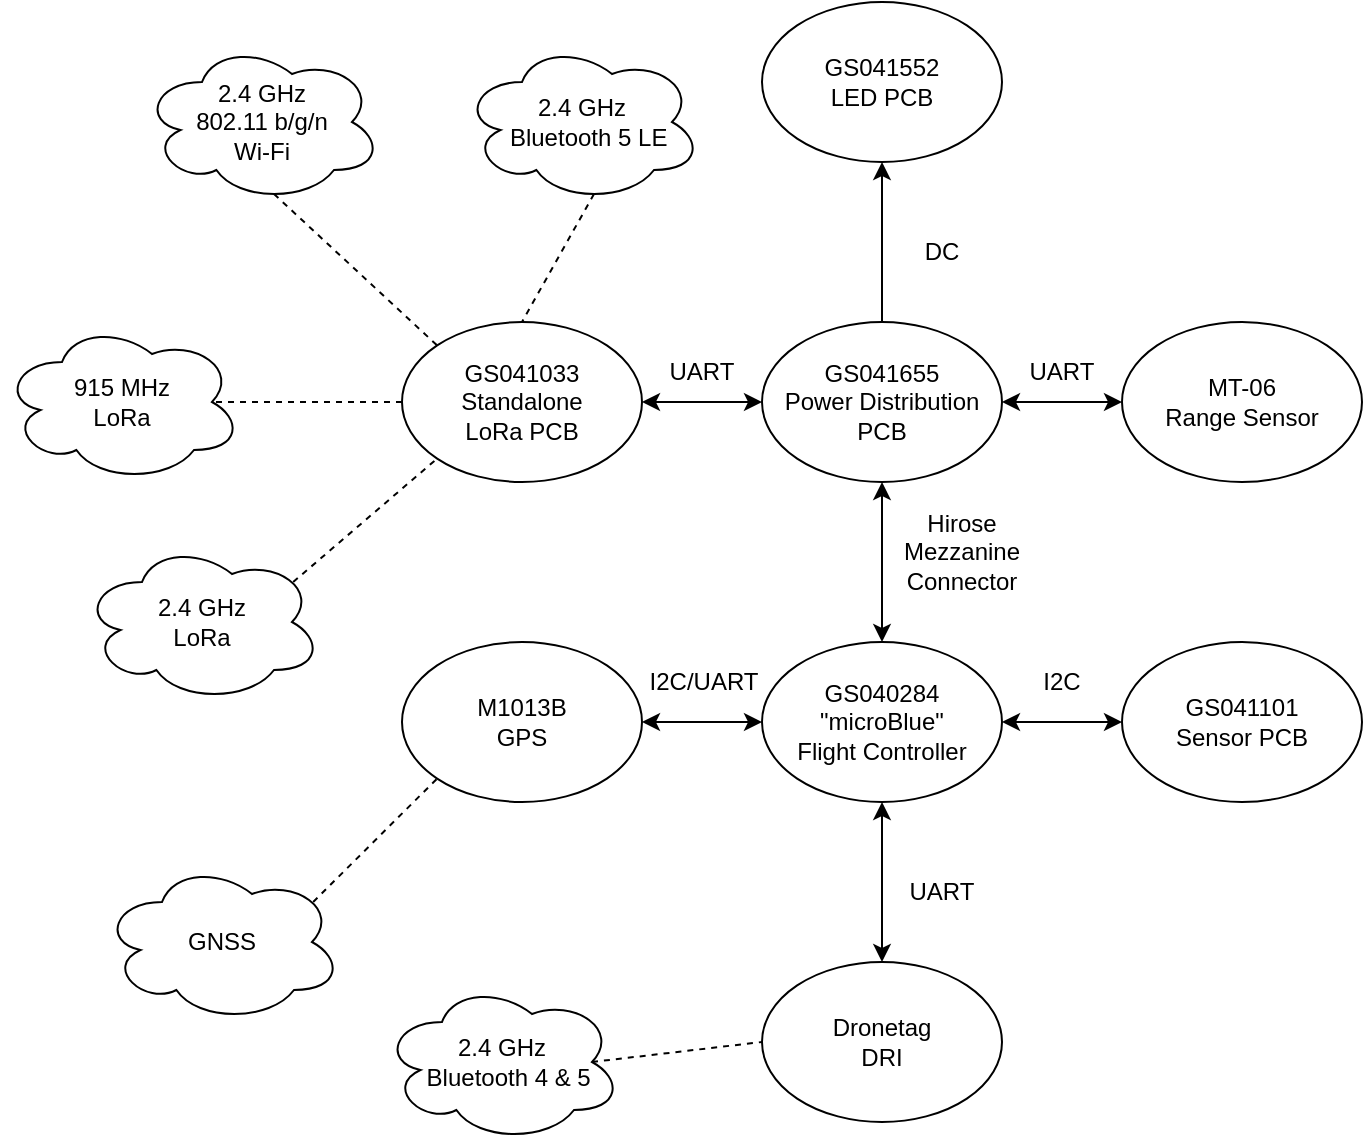
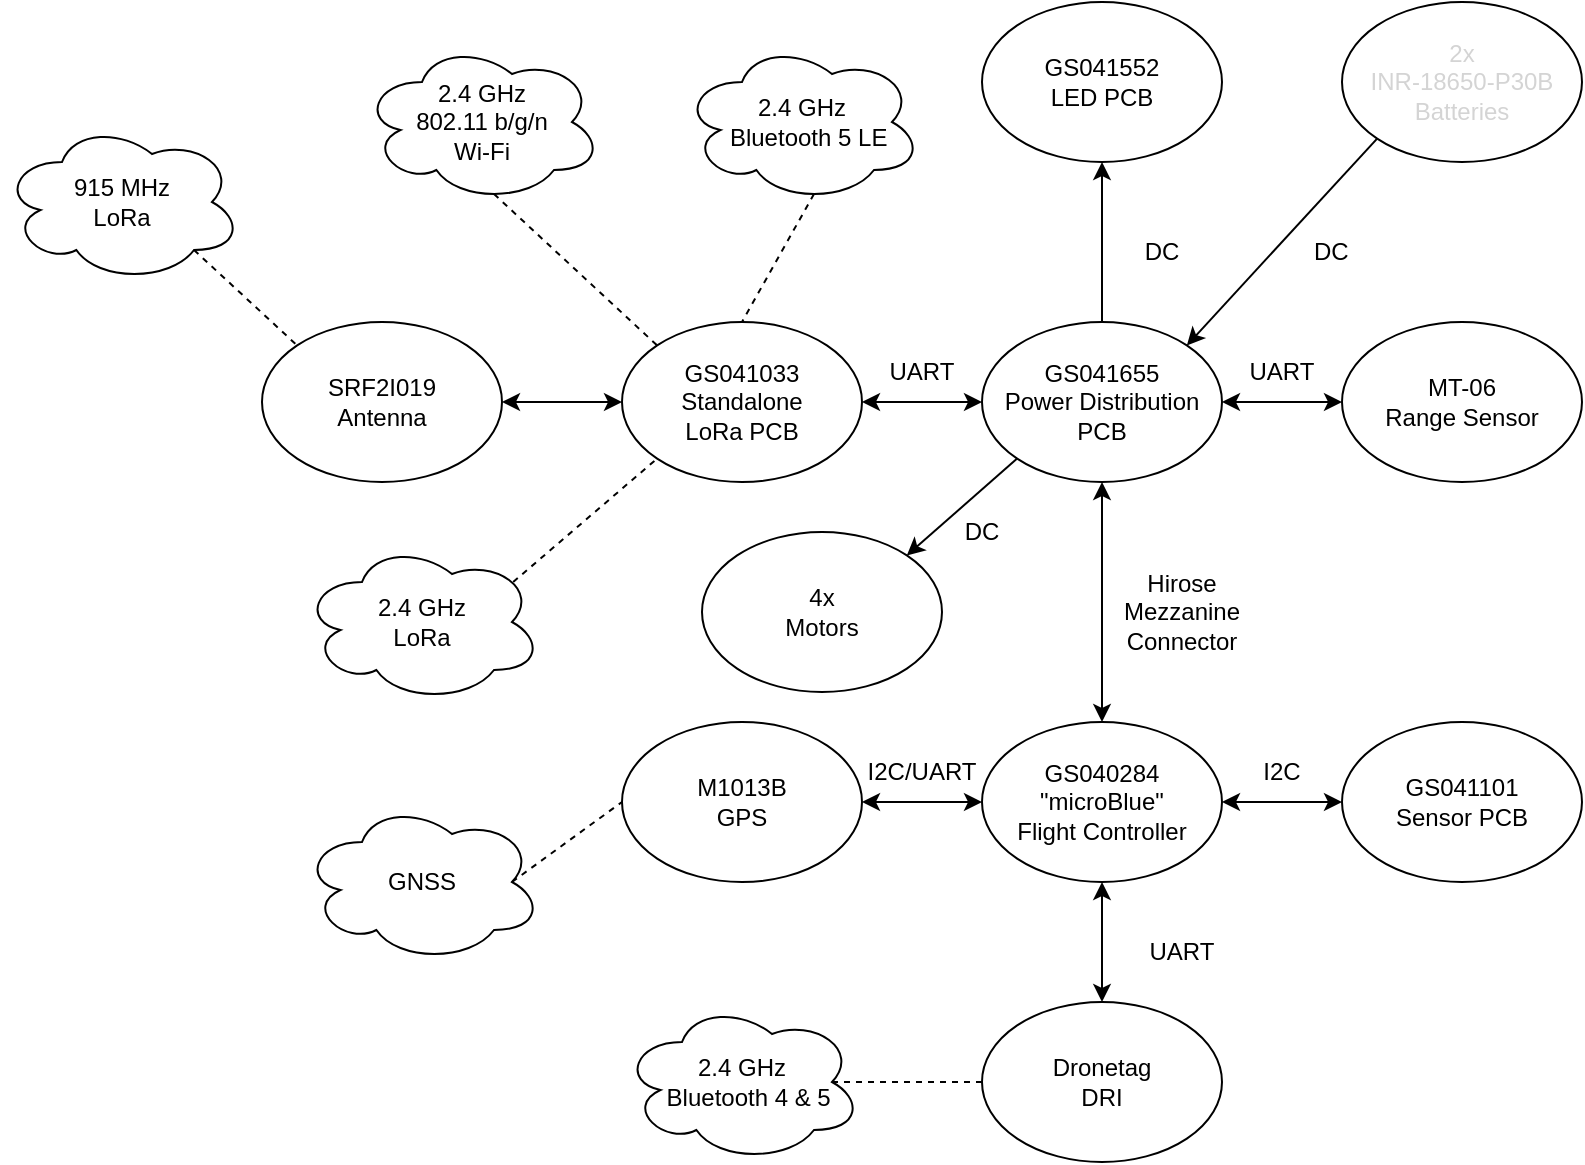
<mxfile host="app.diagrams.net">
  <diagram name="Page-1" id="Q99_MBWURrd7SVdslJ8p">
    <mxGraphModel dx="1414" dy="757" grid="1" gridSize="10" guides="1" tooltips="1" connect="1" arrows="1" fold="1" page="1" pageScale="1" pageWidth="850" pageHeight="1100" math="0" shadow="0">
      <root>
        <mxCell id="0" />
        <mxCell id="1" parent="0" />
        <mxCell id="8UqH8qmoLQt9KmtnvXob-1" parent="1" style="ellipse;whiteSpace=wrap;html=1;" value="GS041033&lt;br&gt;&lt;span style=&quot;background-color: transparent; color: light-dark(rgb(0, 0, 0), rgb(255, 255, 255));&quot;&gt;Standalone&lt;/span&gt;&lt;div&gt;LoRa PCB&lt;/div&gt;" vertex="1">
-           <mxGeometry height="80" width="120" x="240" y="210" as="geometry" />
+           <mxGeometry height="80" width="120" x="340" y="220" as="geometry" />
        </mxCell>
        <mxCell id="8UqH8qmoLQt9KmtnvXob-2" parent="1" style="ellipse;whiteSpace=wrap;html=1;" value="GS041552&lt;br&gt;LED PCB" vertex="1">
-           <mxGeometry height="80" width="120" x="420" y="50" as="geometry" />
+           <mxGeometry height="80" width="120" x="520" y="60" as="geometry" />
        </mxCell>
        <mxCell id="8UqH8qmoLQt9KmtnvXob-14" edge="1" parent="1" source="8UqH8qmoLQt9KmtnvXob-3" style="edgeStyle=none;rounded=0;orthogonalLoop=1;jettySize=auto;html=1;exitX=0.5;exitY=0;exitDx=0;exitDy=0;entryX=0.5;entryY=1;entryDx=0;entryDy=0;endArrow=classic;endFill=1;" target="8UqH8qmoLQt9KmtnvXob-2">
          <mxGeometry relative="1" as="geometry" />
        </mxCell>
+         <mxCell id="KFNbXVUj55z7NAFzSrmu-5" edge="1" parent="1" source="8UqH8qmoLQt9KmtnvXob-3" style="rounded=0;orthogonalLoop=1;jettySize=auto;html=1;exitX=0;exitY=1;exitDx=0;exitDy=0;entryX=1;entryY=0;entryDx=0;entryDy=0;" target="KFNbXVUj55z7NAFzSrmu-4">
+           <mxGeometry relative="1" as="geometry" />
+         </mxCell>
        <mxCell id="8UqH8qmoLQt9KmtnvXob-3" parent="1" style="ellipse;whiteSpace=wrap;html=1;" value="GS041655&lt;br&gt;Power Distribution PCB" vertex="1">
-           <mxGeometry height="80" width="120" x="420" y="210" as="geometry" />
+           <mxGeometry height="80" width="120" x="520" y="220" as="geometry" />
        </mxCell>
        <mxCell id="8UqH8qmoLQt9KmtnvXob-18" edge="1" parent="1" source="8UqH8qmoLQt9KmtnvXob-7" style="edgeStyle=none;rounded=0;orthogonalLoop=1;jettySize=auto;html=1;exitX=0;exitY=0.5;exitDx=0;exitDy=0;entryX=1;entryY=0.5;entryDx=0;entryDy=0;endArrow=classic;endFill=1;startArrow=classic;startFill=1;" target="8UqH8qmoLQt9KmtnvXob-12">
          <mxGeometry relative="1" as="geometry" />
        </mxCell>
        <mxCell id="8UqH8qmoLQt9KmtnvXob-7" parent="1" style="ellipse;whiteSpace=wrap;html=1;" value="GS040284&lt;br&gt;&quot;microBlue&quot;&lt;br&gt;Flight Controller" vertex="1">
-           <mxGeometry height="80" width="120" x="420" y="370" as="geometry" />
+           <mxGeometry height="80" width="120" x="520" y="420" as="geometry" />
        </mxCell>
        <mxCell id="8UqH8qmoLQt9KmtnvXob-9" parent="1" style="ellipse;whiteSpace=wrap;html=1;" value="GS041101&lt;br&gt;Sensor PCB" vertex="1">
-           <mxGeometry height="80" width="120" x="600" y="370" as="geometry" />
+           <mxGeometry height="80" width="120" x="700" y="420" as="geometry" />
        </mxCell>
        <mxCell id="8UqH8qmoLQt9KmtnvXob-10" parent="1" style="ellipse;whiteSpace=wrap;html=1;" value="Dronetag&lt;br&gt;DRI" vertex="1">
-           <mxGeometry height="80" width="120" x="420" y="530" as="geometry" />
+           <mxGeometry height="80" width="120" x="520" y="560" as="geometry" />
        </mxCell>
        <mxCell id="8UqH8qmoLQt9KmtnvXob-11" parent="1" style="ellipse;whiteSpace=wrap;html=1;" value="MT-06&lt;br&gt;Range Sensor" vertex="1">
-           <mxGeometry height="80" width="120" x="600" y="210" as="geometry" />
+           <mxGeometry height="80" width="120" x="700" y="220" as="geometry" />
        </mxCell>
        <mxCell id="8UqH8qmoLQt9KmtnvXob-12" parent="1" style="ellipse;whiteSpace=wrap;html=1;" value="M1013B&lt;br&gt;GPS" vertex="1">
-           <mxGeometry height="80" width="120" x="240" y="370" as="geometry" />
+           <mxGeometry height="80" width="120" x="340" y="420" as="geometry" />
        </mxCell>
        <mxCell id="8UqH8qmoLQt9KmtnvXob-22" edge="1" parent="1" source="8UqH8qmoLQt9KmtnvXob-21" style="edgeStyle=none;rounded=0;orthogonalLoop=1;jettySize=auto;html=1;exitX=0.55;exitY=0.95;exitDx=0;exitDy=0;exitPerimeter=0;entryX=0;entryY=0;entryDx=0;entryDy=0;endArrow=none;endFill=0;dashed=1;" target="8UqH8qmoLQt9KmtnvXob-1">
          <mxGeometry relative="1" as="geometry" />
        </mxCell>
        <mxCell id="8UqH8qmoLQt9KmtnvXob-21" parent="1" style="ellipse;shape=cloud;whiteSpace=wrap;html=1;" value="2.4 GHz&lt;br&gt;802.11 b/g/n&lt;br&gt;Wi-Fi" vertex="1">
-           <mxGeometry height="80" width="120" x="110" y="70" as="geometry" />
+           <mxGeometry height="80" width="120" x="210" y="80" as="geometry" />
        </mxCell>
        <mxCell id="8UqH8qmoLQt9KmtnvXob-24" edge="1" parent="1" source="8UqH8qmoLQt9KmtnvXob-23" style="edgeStyle=none;rounded=0;orthogonalLoop=1;jettySize=auto;html=1;exitX=0.55;exitY=0.95;exitDx=0;exitDy=0;exitPerimeter=0;entryX=0.5;entryY=0;entryDx=0;entryDy=0;endArrow=none;endFill=0;dashed=1;" target="8UqH8qmoLQt9KmtnvXob-1">
          <mxGeometry relative="1" as="geometry" />
        </mxCell>
        <mxCell id="8UqH8qmoLQt9KmtnvXob-23" parent="1" style="ellipse;shape=cloud;whiteSpace=wrap;html=1;" value="2.4 GHz&lt;br&gt;&amp;nbsp; Bluetooth 5 LE" vertex="1">
-           <mxGeometry height="80" width="120" x="270" y="70" as="geometry" />
+           <mxGeometry height="80" width="120" x="370" y="80" as="geometry" />
        </mxCell>
        <mxCell id="8UqH8qmoLQt9KmtnvXob-25" parent="1" style="ellipse;shape=cloud;whiteSpace=wrap;html=1;" value="GNSS" vertex="1">
-           <mxGeometry height="80" width="120" x="90" y="480" as="geometry" />
+           <mxGeometry height="80" width="120" x="180" y="460" as="geometry" />
+         </mxCell>
+         <mxCell id="KFNbXVUj55z7NAFzSrmu-10" edge="1" parent="1" source="8UqH8qmoLQt9KmtnvXob-27" style="rounded=0;orthogonalLoop=1;jettySize=auto;html=1;exitX=0.8;exitY=0.8;exitDx=0;exitDy=0;exitPerimeter=0;entryX=0;entryY=0;entryDx=0;entryDy=0;endArrow=none;endFill=0;dashed=1;" target="KFNbXVUj55z7NAFzSrmu-7">
+           <mxGeometry relative="1" as="geometry" />
        </mxCell>
        <mxCell id="8UqH8qmoLQt9KmtnvXob-27" parent="1" style="ellipse;shape=cloud;whiteSpace=wrap;html=1;" value="915 MHz&lt;br&gt;LoRa" vertex="1">
-           <mxGeometry height="80" width="120" x="40" y="210" as="geometry" />
-         </mxCell>
-         <mxCell id="8UqH8qmoLQt9KmtnvXob-30" edge="1" parent="1" source="8UqH8qmoLQt9KmtnvXob-1" style="edgeStyle=none;rounded=0;orthogonalLoop=1;jettySize=auto;html=1;exitX=0;exitY=0.5;exitDx=0;exitDy=0;entryX=0.875;entryY=0.5;entryDx=0;entryDy=0;entryPerimeter=0;endArrow=none;endFill=0;dashed=1;" target="8UqH8qmoLQt9KmtnvXob-27">
-           <mxGeometry relative="1" as="geometry" />
+           <mxGeometry height="80" width="120" x="30" y="120" as="geometry" />
        </mxCell>
        <mxCell id="8UqH8qmoLQt9KmtnvXob-40" edge="1" parent="1" source="8UqH8qmoLQt9KmtnvXob-10" style="endArrow=classic;startArrow=classic;html=1;rounded=0;entryX=0.5;entryY=1;entryDx=0;entryDy=0;exitX=0.5;exitY=0;exitDx=0;exitDy=0;" target="8UqH8qmoLQt9KmtnvXob-7" value="">
          <mxGeometry height="50" relative="1" width="50" as="geometry">
-             <mxPoint x="400" y="410" as="sourcePoint" />
-             <mxPoint x="450" y="360" as="targetPoint" />
+             <mxPoint x="500" y="420" as="sourcePoint" />
+             <mxPoint x="550" y="370" as="targetPoint" />
          </mxGeometry>
        </mxCell>
        <mxCell id="8UqH8qmoLQt9KmtnvXob-41" edge="1" parent="1" source="8UqH8qmoLQt9KmtnvXob-9" style="edgeStyle=none;rounded=0;orthogonalLoop=1;jettySize=auto;html=1;entryX=1;entryY=0.5;entryDx=0;entryDy=0;exitX=0;exitY=0.5;exitDx=0;exitDy=0;startArrow=classic;startFill=1;" target="8UqH8qmoLQt9KmtnvXob-7">
          <mxGeometry relative="1" as="geometry" />
        </mxCell>
        <mxCell id="8UqH8qmoLQt9KmtnvXob-42" edge="1" parent="1" source="8UqH8qmoLQt9KmtnvXob-7" style="endArrow=classic;startArrow=classic;html=1;rounded=0;entryX=0.5;entryY=1;entryDx=0;entryDy=0;exitX=0.5;exitY=0;exitDx=0;exitDy=0;" target="8UqH8qmoLQt9KmtnvXob-3" value="">
          <mxGeometry height="50" relative="1" width="50" as="geometry">
-             <mxPoint x="400" y="410" as="sourcePoint" />
-             <mxPoint x="450" y="360" as="targetPoint" />
+             <mxPoint x="500" y="420" as="sourcePoint" />
+             <mxPoint x="550" y="370" as="targetPoint" />
          </mxGeometry>
        </mxCell>
        <mxCell id="8UqH8qmoLQt9KmtnvXob-44" edge="1" parent="1" source="8UqH8qmoLQt9KmtnvXob-3" style="endArrow=classic;startArrow=classic;html=1;rounded=0;exitX=1;exitY=0.5;exitDx=0;exitDy=0;entryX=0;entryY=0.5;entryDx=0;entryDy=0;" target="8UqH8qmoLQt9KmtnvXob-11" value="">
          <mxGeometry height="50" relative="1" width="50" as="geometry">
-             <mxPoint x="520" y="310" as="sourcePoint" />
-             <mxPoint x="570" y="260" as="targetPoint" />
+             <mxPoint x="620" y="320" as="sourcePoint" />
+             <mxPoint x="670" y="270" as="targetPoint" />
          </mxGeometry>
        </mxCell>
        <mxCell id="8UqH8qmoLQt9KmtnvXob-45" edge="1" parent="1" source="8UqH8qmoLQt9KmtnvXob-1" style="endArrow=classic;startArrow=classic;html=1;rounded=0;entryX=0;entryY=0.5;entryDx=0;entryDy=0;exitX=1;exitY=0.5;exitDx=0;exitDy=0;" target="8UqH8qmoLQt9KmtnvXob-3" value="">
          <mxGeometry height="50" relative="1" width="50" as="geometry">
-             <mxPoint x="400" y="410" as="sourcePoint" />
-             <mxPoint x="450" y="360" as="targetPoint" />
+             <mxPoint x="500" y="420" as="sourcePoint" />
+             <mxPoint x="550" y="370" as="targetPoint" />
          </mxGeometry>
        </mxCell>
-         <mxCell id="8UqH8qmoLQt9KmtnvXob-46" edge="1" parent="1" source="8UqH8qmoLQt9KmtnvXob-25" style="endArrow=none;dashed=1;html=1;rounded=0;entryX=0;entryY=1;entryDx=0;entryDy=0;exitX=0.88;exitY=0.25;exitDx=0;exitDy=0;exitPerimeter=0;" target="8UqH8qmoLQt9KmtnvXob-12" value="">
+         <mxCell id="8UqH8qmoLQt9KmtnvXob-46" edge="1" parent="1" source="8UqH8qmoLQt9KmtnvXob-25" style="endArrow=none;dashed=1;html=1;rounded=0;entryX=0;entryY=0.5;entryDx=0;entryDy=0;exitX=0.875;exitY=0.5;exitDx=0;exitDy=0;exitPerimeter=0;" target="8UqH8qmoLQt9KmtnvXob-12" value="">
          <mxGeometry height="50" relative="1" width="50" as="geometry">
-             <mxPoint x="200" y="490" as="sourcePoint" />
-             <mxPoint x="250" y="440" as="targetPoint" />
+             <mxPoint x="300" y="500" as="sourcePoint" />
+             <mxPoint x="350" y="450" as="targetPoint" />
          </mxGeometry>
        </mxCell>
        <mxCell id="8UqH8qmoLQt9KmtnvXob-47" parent="1" style="text;html=1;whiteSpace=wrap;strokeColor=none;fillColor=none;align=center;verticalAlign=middle;rounded=0;" value="Hirose Mezzanine&lt;br&gt;Connector" vertex="1">
-           <mxGeometry height="30" width="60" x="490" y="310" as="geometry" />
+           <mxGeometry height="30" width="60" x="590" y="350" as="geometry" />
        </mxCell>
        <mxCell id="8UqH8qmoLQt9KmtnvXob-48" parent="1" style="text;html=1;whiteSpace=wrap;strokeColor=none;fillColor=none;align=center;verticalAlign=middle;rounded=0;" value="DC" vertex="1">
-           <mxGeometry height="30" width="60" x="480" y="160" as="geometry" />
+           <mxGeometry height="30" width="60" x="580" y="170" as="geometry" />
        </mxCell>
        <mxCell id="8UqH8qmoLQt9KmtnvXob-49" parent="1" style="text;html=1;whiteSpace=wrap;strokeColor=none;fillColor=none;align=center;verticalAlign=middle;rounded=0;" value="UART" vertex="1">
-           <mxGeometry height="30" width="60" x="480" y="480" as="geometry" />
+           <mxGeometry height="30" width="60" x="590" y="520" as="geometry" />
        </mxCell>
        <mxCell id="8UqH8qmoLQt9KmtnvXob-50" parent="1" style="text;html=1;whiteSpace=wrap;strokeColor=none;fillColor=none;align=center;verticalAlign=middle;rounded=0;" value="I2C/UART" vertex="1">
-           <mxGeometry height="30" width="60" x="361" y="375" as="geometry" />
+           <mxGeometry height="30" width="60" x="460" y="430" as="geometry" />
        </mxCell>
        <mxCell id="8UqH8qmoLQt9KmtnvXob-51" parent="1" style="text;html=1;whiteSpace=wrap;strokeColor=none;fillColor=none;align=center;verticalAlign=middle;rounded=0;" value="I2C" vertex="1">
-           <mxGeometry height="30" width="60" x="540" y="375" as="geometry" />
+           <mxGeometry height="30" width="60" x="640" y="430" as="geometry" />
        </mxCell>
        <mxCell id="8UqH8qmoLQt9KmtnvXob-52" parent="1" style="text;html=1;whiteSpace=wrap;strokeColor=none;fillColor=none;align=center;verticalAlign=middle;rounded=0;" value="UART" vertex="1">
-           <mxGeometry height="30" width="60" x="360" y="220" as="geometry" />
+           <mxGeometry height="30" width="60" x="460" y="230" as="geometry" />
        </mxCell>
        <mxCell id="8UqH8qmoLQt9KmtnvXob-54" edge="1" parent="1" source="8UqH8qmoLQt9KmtnvXob-53" style="edgeStyle=none;rounded=0;orthogonalLoop=1;jettySize=auto;html=1;exitX=0.875;exitY=0.5;exitDx=0;exitDy=0;exitPerimeter=0;entryX=0;entryY=0.5;entryDx=0;entryDy=0;dashed=1;endArrow=none;endFill=0;" target="8UqH8qmoLQt9KmtnvXob-10">
          <mxGeometry relative="1" as="geometry" />
        </mxCell>
        <mxCell id="8UqH8qmoLQt9KmtnvXob-53" parent="1" style="ellipse;shape=cloud;whiteSpace=wrap;html=1;" value="2.4 GHz&lt;br&gt;&amp;nbsp; &amp;nbsp;Bluetooth 4 &amp;amp; 5&amp;nbsp;" vertex="1">
-           <mxGeometry height="80" width="120" x="230" y="540" as="geometry" />
+           <mxGeometry height="80" width="120" x="340" y="560" as="geometry" />
        </mxCell>
        <mxCell id="8UqH8qmoLQt9KmtnvXob-55" parent="1" style="text;html=1;whiteSpace=wrap;strokeColor=none;fillColor=none;align=center;verticalAlign=middle;rounded=0;" value="UART" vertex="1">
-           <mxGeometry height="30" width="60" x="540" y="220" as="geometry" />
+           <mxGeometry height="30" width="60" x="640" y="230" as="geometry" />
        </mxCell>
        <mxCell id="8UqH8qmoLQt9KmtnvXob-59" edge="1" parent="1" source="8UqH8qmoLQt9KmtnvXob-58" style="edgeStyle=none;rounded=0;orthogonalLoop=1;jettySize=auto;html=1;exitX=0.88;exitY=0.25;exitDx=0;exitDy=0;exitPerimeter=0;entryX=0;entryY=1;entryDx=0;entryDy=0;dashed=1;endArrow=none;endFill=0;" target="8UqH8qmoLQt9KmtnvXob-1">
          <mxGeometry relative="1" as="geometry" />
        </mxCell>
        <mxCell id="8UqH8qmoLQt9KmtnvXob-58" parent="1" style="ellipse;shape=cloud;whiteSpace=wrap;html=1;" value="2.4 GHz&lt;br&gt;LoRa" vertex="1">
-           <mxGeometry height="80" width="120" x="80" y="320" as="geometry" />
+           <mxGeometry height="80" width="120" x="180" y="330" as="geometry" />
+         </mxCell>
+         <mxCell id="KFNbXVUj55z7NAFzSrmu-2" edge="1" parent="1" source="KFNbXVUj55z7NAFzSrmu-1" style="rounded=0;orthogonalLoop=1;jettySize=auto;html=1;exitX=0;exitY=1;exitDx=0;exitDy=0;entryX=1;entryY=0;entryDx=0;entryDy=0;" target="8UqH8qmoLQt9KmtnvXob-3">
+           <mxGeometry relative="1" as="geometry" />
+         </mxCell>
+         <mxCell id="KFNbXVUj55z7NAFzSrmu-1" parent="1" style="ellipse;whiteSpace=wrap;html=1;" value="&lt;span style=&quot;white-space: pre;&quot;&gt;&lt;font style=&quot;color: light-dark(rgb(212, 212, 212), rgb(255, 255, 255));&quot; face=&quot;Helvetica&quot;&gt;2x&lt;br&gt;INR-18650-P30B&lt;br&gt;Batteries&lt;/font&gt;&lt;/span&gt;" vertex="1">
+           <mxGeometry height="80" width="120" x="700" y="60" as="geometry" />
+         </mxCell>
+         <mxCell id="KFNbXVUj55z7NAFzSrmu-3" parent="1" style="text;strokeColor=none;fillColor=none;align=left;verticalAlign=middle;spacingLeft=4;spacingRight=4;overflow=hidden;points=[[0,0.5],[1,0.5]];portConstraint=eastwest;rotatable=0;whiteSpace=wrap;html=1;" value="DC" vertex="1">
+           <mxGeometry height="30" width="30" x="680" y="170" as="geometry" />
+         </mxCell>
+         <mxCell id="KFNbXVUj55z7NAFzSrmu-4" parent="1" style="ellipse;whiteSpace=wrap;html=1;" value="4x&lt;br&gt;Motors" vertex="1">
+           <mxGeometry height="80" width="120" x="380" y="325" as="geometry" />
+         </mxCell>
+         <mxCell id="KFNbXVUj55z7NAFzSrmu-6" parent="1" style="text;html=1;whiteSpace=wrap;strokeColor=none;fillColor=none;align=center;verticalAlign=middle;rounded=0;" value="DC" vertex="1">
+           <mxGeometry height="30" width="60" x="490" y="310" as="geometry" />
+         </mxCell>
+         <mxCell id="KFNbXVUj55z7NAFzSrmu-9" edge="1" parent="1" source="KFNbXVUj55z7NAFzSrmu-7" style="edgeStyle=orthogonalEdgeStyle;rounded=0;orthogonalLoop=1;jettySize=auto;html=1;exitX=1;exitY=0.5;exitDx=0;exitDy=0;entryX=0;entryY=0.5;entryDx=0;entryDy=0;startArrow=classic;startFill=1;" target="8UqH8qmoLQt9KmtnvXob-1">
+           <mxGeometry relative="1" as="geometry" />
+         </mxCell>
+         <mxCell id="KFNbXVUj55z7NAFzSrmu-7" parent="1" style="ellipse;whiteSpace=wrap;html=1;" value="SRF2I019&lt;br&gt;Antenna" vertex="1">
+           <mxGeometry height="80" width="120" x="160" y="220" as="geometry" />
        </mxCell>
      </root>
    </mxGraphModel>
  </diagram>
</mxfile>
